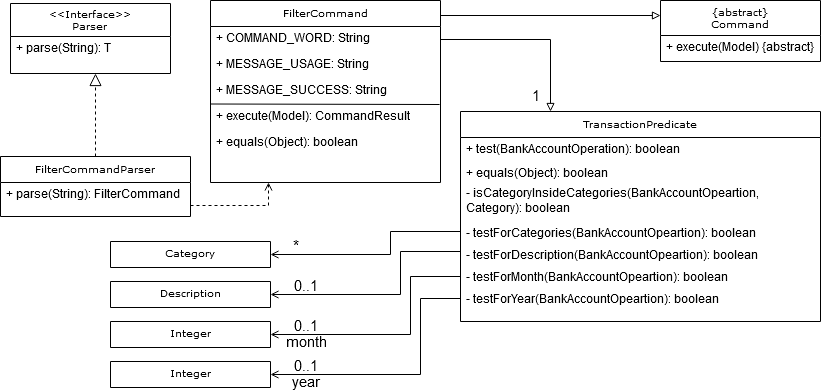
This is docs/images/FilterClassDiagram.png from nus-cs2103-AY1920S1/addressbook-level3, a draw.io export, as it was before one commit. Source tidied: cells renumbered, new cells last; positions are measured from the earlier drawing's top-left corner, leaving out a move shared by most shapes.
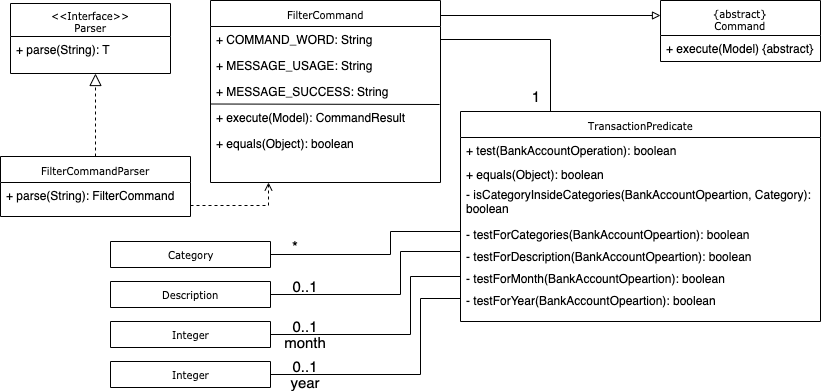
After the change.

Commit message:
Update Diagram for improved accuracy

What changed in the source:
```diff
@@ -85,7 +85,7 @@
     <mxCell id="25" value="Category" style="swimlane;html=1;fontStyle=0;horizontal=1;startSize=26;fillColor=none;swimlaneFillColor=#ffffff;rounded=0;shadow=0;comic=0;labelBackgroundColor=none;strokeColor=#000000;strokeWidth=1;fontFamily=Verdana;fontSize=10;fontColor=#000000;align=center;" parent="1" vertex="1">
       <mxGeometry x="110" y="241" width="160" height="26" as="geometry" />
     </mxCell>
-    <mxCell id="26" style="edgeStyle=orthogonalEdgeStyle;rounded=0;jettySize=auto;html=1;entryX=1;entryY=0.5;entryDx=0;entryDy=0;endArrow=open;endFill=0;" parent="1" edge="1" target="25">
+    <mxCell id="26" style="edgeStyle=orthogonalEdgeStyle;rounded=0;jettySize=auto;html=1;entryX=1;entryY=0.5;entryDx=0;entryDy=0;endArrow=none;endFill=0;" parent="1" edge="1" target="25">
       <mxGeometry relative="1" as="geometry">
         <mxPoint x="460" y="231" as="sourcePoint" />
         <Array as="points">
@@ -97,7 +97,7 @@
     <mxCell id="27" value="*" style="text;html=1;strokeColor=none;fillColor=none;align=center;verticalAlign=middle;whiteSpace=wrap;rounded=0;fontSize=15;" parent="1" vertex="1">
       <mxGeometry x="280" y="241" width="30" height="10" as="geometry" />
     </mxCell>
-    <mxCell id="28" style="edgeStyle=orthogonalEdgeStyle;rounded=0;jettySize=auto;html=1;entryX=0.25;entryY=0;entryDx=0;entryDy=0;endArrow=block;endFill=0;exitX=1;exitY=0.5;exitDx=0;exitDy=0;" parent="1" edge="1" source="6" target="17">
+    <mxCell id="28" style="edgeStyle=orthogonalEdgeStyle;rounded=0;jettySize=auto;html=1;entryX=0.25;entryY=0;entryDx=0;entryDy=0;endArrow=none;endFill=0;exitX=1;exitY=0.5;exitDx=0;exitDy=0;" parent="1" edge="1" source="6" target="17">
       <mxGeometry relative="1" as="geometry">
         <Array as="points">
           <mxPoint x="550" y="39" />
@@ -124,7 +124,7 @@
     <mxCell id="33" value="&lt;div&gt;Description&lt;/div&gt;" style="swimlane;html=1;fontStyle=0;horizontal=1;startSize=26;fillColor=none;swimlaneFillColor=#ffffff;rounded=0;shadow=0;comic=0;labelBackgroundColor=none;strokeColor=#000000;strokeWidth=1;fontFamily=Verdana;fontSize=10;fontColor=#000000;align=center;" parent="1" vertex="1">
       <mxGeometry x="110" y="281" width="160" height="26" as="geometry" />
     </mxCell>
-    <mxCell id="34" style="edgeStyle=orthogonalEdgeStyle;rounded=0;jettySize=auto;html=1;exitX=0;exitY=0.5;exitDx=0;exitDy=0;entryX=1;entryY=0.5;entryDx=0;entryDy=0;endArrow=open;endFill=0;" parent="1" edge="1" source="22" target="33">
+    <mxCell id="34" style="edgeStyle=orthogonalEdgeStyle;rounded=0;jettySize=auto;html=1;exitX=0;exitY=0.5;exitDx=0;exitDy=0;entryX=1;entryY=0.5;entryDx=0;entryDy=0;endArrow=none;endFill=0;" parent="1" edge="1" source="22" target="33">
       <mxGeometry relative="1" as="geometry">
         <Array as="points">
           <mxPoint x="460" y="251" />
@@ -136,7 +136,7 @@
     <mxCell id="35" value="0..1" style="text;html=1;strokeColor=none;fillColor=none;align=center;verticalAlign=middle;whiteSpace=wrap;rounded=0;fontSize=15;" parent="1" vertex="1">
       <mxGeometry x="280" y="281" width="50" height="10" as="geometry" />
     </mxCell>
-    <mxCell id="36" style="edgeStyle=orthogonalEdgeStyle;rounded=0;jettySize=auto;html=1;exitX=0;exitY=0.5;exitDx=0;exitDy=0;endArrow=open;endFill=0;entryX=1;entryY=0.5;entryDx=0;entryDy=0;" parent="1" edge="1" source="23" target="31">
+    <mxCell id="36" style="edgeStyle=orthogonalEdgeStyle;rounded=0;jettySize=auto;html=1;exitX=0;exitY=0.5;exitDx=0;exitDy=0;endArrow=none;endFill=0;entryX=1;entryY=0.5;entryDx=0;entryDy=0;" parent="1" edge="1" source="23" target="31">
       <mxGeometry relative="1" as="geometry">
         <Array as="points">
           <mxPoint x="410" y="276" />
@@ -150,7 +150,7 @@
     <mxCell id="38" value="month" style="text;html=1;strokeColor=none;fillColor=none;align=center;verticalAlign=middle;whiteSpace=wrap;rounded=0;fontSize=15;" parent="1" vertex="1">
       <mxGeometry x="280" y="337" width="50" height="10" as="geometry" />
     </mxCell>
-    <mxCell id="39" style="edgeStyle=orthogonalEdgeStyle;rounded=0;jettySize=auto;html=1;exitX=0;exitY=0.5;exitDx=0;exitDy=0;entryX=1;entryY=0.5;entryDx=0;entryDy=0;endArrow=open;endFill=0;" parent="1" edge="1" source="24" target="32">
+    <mxCell id="39" style="edgeStyle=orthogonalEdgeStyle;rounded=0;jettySize=auto;html=1;exitX=0;exitY=0.5;exitDx=0;exitDy=0;entryX=1;entryY=0.5;entryDx=0;entryDy=0;endArrow=none;endFill=0;" parent="1" edge="1" source="24" target="32">
       <mxGeometry relative="1" as="geometry">
         <Array as="points">
           <mxPoint x="420" y="298" />
```
